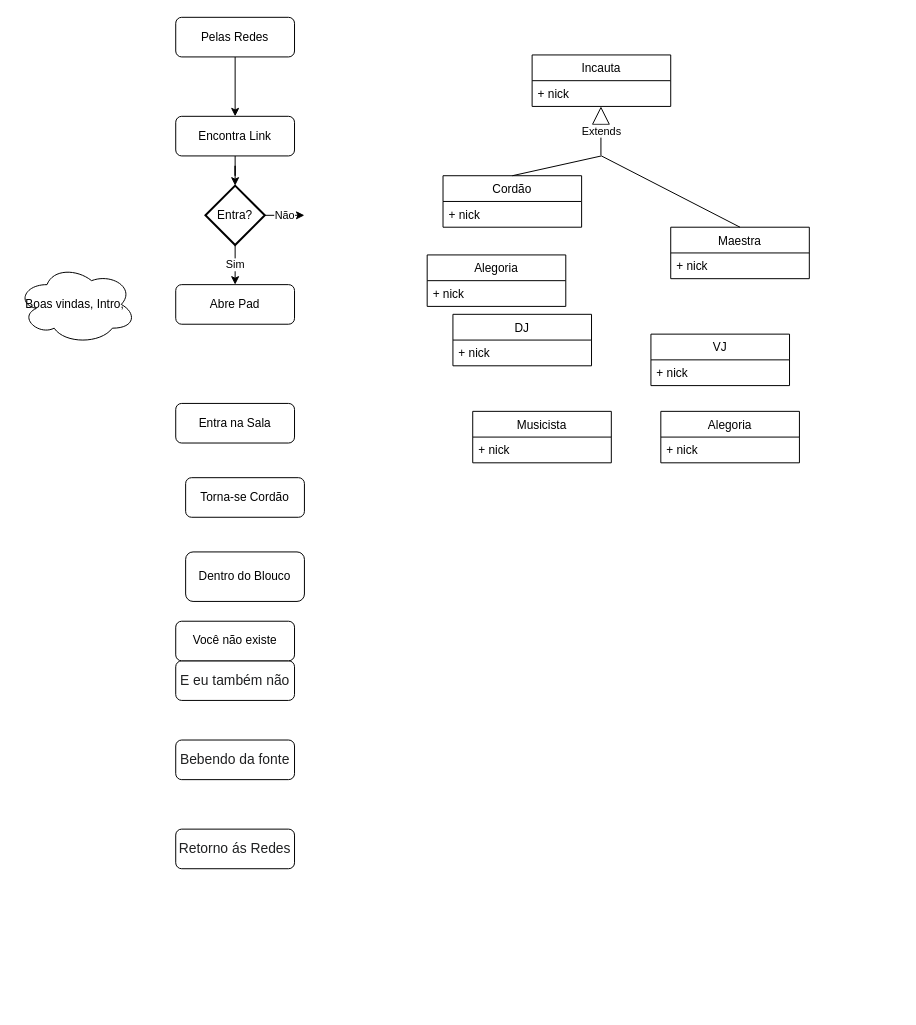
This is blouco.drawio from blouco/openblouco, a draw.io file, before an edit. Source tidied: cells renumbered, new cells numbered last; positions are measured from the earlier drawing's top-left corner, leaving out a move shared by most shapes. Both pictures are drawn from the tidied source at 99%, with x=0, y=0 at pixel (17, 17).
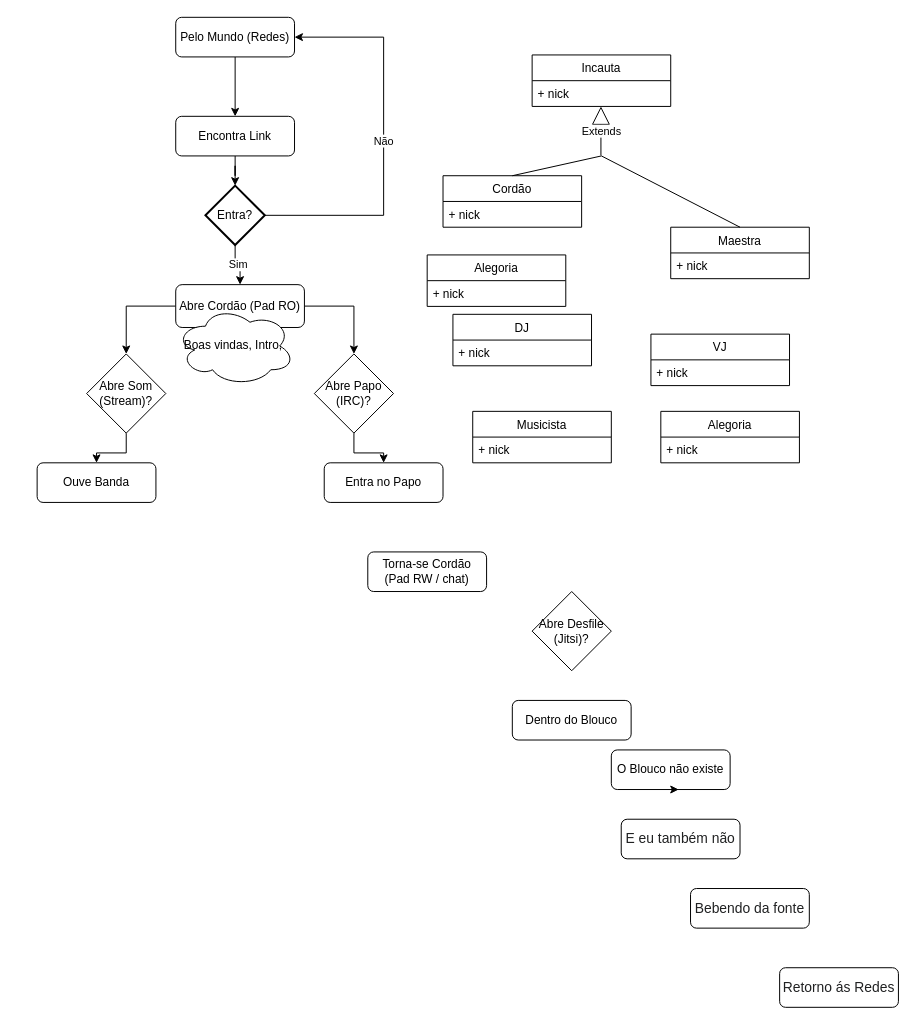
The same page after the edit.

Unchanged cells that the change refers to:
```xml
<mxCell id="35" value="Entra?" style="strokeWidth=2;html=1;shape=mxgraph.flowchart.decision;whiteSpace=wrap;" parent="1" vertex="1">
  <mxGeometry x="190" y="170" width="60" height="60" as="geometry" />
</mxCell>
```

The edit, as a diff of the source:
```diff
@@
-    <mxCell id="3" value="Pelas Redes" style="rounded=1;whiteSpace=wrap;html=1;fontSize=12;glass=0;strokeWidth=1;shadow=0;" parent="1" vertex="1">
+    <mxCell id="3" value="Pelo Mundo (Redes)" style="rounded=1;whiteSpace=wrap;html=1;fontSize=12;glass=0;strokeWidth=1;shadow=0;" parent="1" vertex="1">
       <mxGeometry x="160" width="120" height="40" as="geometry" />
     </mxCell>
-    <mxCell id="4" value="Torna-se Cordão" style="rounded=1;whiteSpace=wrap;html=1;fontSize=12;glass=0;strokeWidth=1;shadow=0;" parent="1" vertex="1">
-      <mxGeometry x="170" y="465" width="120" height="40" as="geometry" />
+    <mxCell id="4" value="Torna-se Cordão (Pad RW / chat)" style="rounded=1;whiteSpace=wrap;html=1;fontSize=12;glass=0;strokeWidth=1;shadow=0;" parent="1" vertex="1">
+      <mxGeometry x="354" y="540" width="120" height="40" as="geometry" />
     </mxCell>
@@
+    <mxCell id="37" style="edgeStyle=orthogonalEdgeStyle;rounded=0;jettySize=auto;html=1;" parent="1" edge="1" source="7" target="42">
+      <mxGeometry relative="1" as="geometry" />
+    </mxCell>
+    <mxCell id="38" style="edgeStyle=orthogonalEdgeStyle;rounded=0;jettySize=auto;html=1;" parent="1" edge="1" source="7" target="40">
+      <mxGeometry relative="1" as="geometry" />
+    </mxCell>
-    <mxCell id="7" value="Abre Pad" style="rounded=1;whiteSpace=wrap;html=1;" parent="1" vertex="1">
-      <mxGeometry x="160" y="270" width="120" height="40" as="geometry" />
+    <mxCell id="7" value="Abre Cordão (Pad RO)" style="rounded=1;whiteSpace=wrap;html=1;" parent="1" vertex="1">
+      <mxGeometry x="160" y="270" width="130" height="43.3" as="geometry" />
     </mxCell>
-    <mxCell id="8" value="Entra na Sala" style="rounded=1;whiteSpace=wrap;html=1;" parent="1" vertex="1">
-      <mxGeometry x="160" y="390" width="120" height="40" as="geometry" />
+    <mxCell id="8" value="Entra no Papo" style="rounded=1;whiteSpace=wrap;html=1;" parent="1" vertex="1">
+      <mxGeometry x="310" y="450" width="120" height="40" as="geometry" />
     </mxCell>
@@
     <mxCell id="28" value="Dentro do Blouco" style="rounded=1;whiteSpace=wrap;html=1;fontSize=12;glass=0;strokeWidth=1;shadow=0;" parent="1" vertex="1">
-      <mxGeometry x="170" y="540" width="120" height="50" as="geometry" />
+      <mxGeometry x="500" y="690" width="120" height="40" as="geometry" />
     </mxCell>
     <mxCell id="29" value="&lt;span style=&quot;color: rgb(32 , 33 , 34) ; font-family: sans-serif ; font-size: 14px ; background-color: rgb(255 , 255 , 255)&quot;&gt;E eu também não&lt;/span&gt;" style="rounded=1;whiteSpace=wrap;html=1;fontSize=12;glass=0;strokeWidth=1;shadow=0;" parent="1" vertex="1">
-      <mxGeometry x="160" y="650" width="120" height="40" as="geometry" />
+      <mxGeometry x="610" y="810" width="120" height="40" as="geometry" />
     </mxCell>
-    <mxCell id="30" value="Você não existe" style="rounded=1;whiteSpace=wrap;html=1;fontSize=12;glass=0;strokeWidth=1;shadow=0;" parent="1" vertex="1">
-      <mxGeometry x="160" y="610" width="120" height="40" as="geometry" />
+    <mxCell id="30" value="O Blouco não existe" style="rounded=1;whiteSpace=wrap;html=1;fontSize=12;glass=0;strokeWidth=1;shadow=0;" parent="1" vertex="1">
+      <mxGeometry x="600" y="740" width="120" height="40" as="geometry" />
     </mxCell>
     <mxCell id="31" value="&lt;span style=&quot;color: rgb(32 , 33 , 34) ; font-family: sans-serif ; font-size: 14px ; background-color: rgb(255 , 255 , 255)&quot;&gt;Bebendo da fonte&lt;/span&gt;" style="rounded=1;whiteSpace=wrap;html=1;fontSize=12;glass=0;strokeWidth=1;shadow=0;" parent="1" vertex="1">
-      <mxGeometry x="160" y="730" width="120" height="40" as="geometry" />
+      <mxGeometry x="680" y="880" width="120" height="40" as="geometry" />
     </mxCell>
     <mxCell id="32" value="&lt;span style=&quot;color: rgb(32 , 33 , 34) ; font-family: sans-serif ; font-size: 14px ; background-color: rgb(255 , 255 , 255)&quot;&gt;Retorno ás Redes&lt;/span&gt;" style="rounded=1;whiteSpace=wrap;html=1;fontSize=12;glass=0;strokeWidth=1;shadow=0;" parent="1" vertex="1">
-      <mxGeometry x="160" y="820" width="120" height="40" as="geometry" />
+      <mxGeometry x="770" y="960" width="120" height="40" as="geometry" />
     </mxCell>
-    <mxCell id="33" value="Não" style="edgeStyle=orthogonalEdgeStyle;rounded=0;jettySize=auto;html=1;exitX=1;exitY=0.5;exitDx=0;exitDy=0;exitPerimeter=0;" parent="1" edge="1" source="35">
+    <mxCell id="33" value="Não" style="edgeStyle=orthogonalEdgeStyle;rounded=0;jettySize=auto;html=1;exitX=1;exitY=0.5;exitDx=0;exitDy=0;exitPerimeter=0;entryX=1;entryY=0.5;entryDx=0;entryDy=0;" parent="1" edge="1" source="35" target="3">
       <mxGeometry relative="1" as="geometry">
-        <mxPoint x="290" y="200" as="targetPoint" />
+        <Array as="points">
+          <mxPoint x="370" y="200" />
+          <mxPoint x="370" y="20" />
+        </Array>
       </mxGeometry>
     </mxCell>
@@
     <mxCell id="36" value="Boas vindas, Intro,&amp;nbsp;" style="ellipse;shape=cloud;whiteSpace=wrap;html=1;" parent="1" vertex="1">
-      <mxGeometry y="250" width="120" height="80" as="geometry" />
+      <mxGeometry x="160" y="292" width="120" height="80" as="geometry" />
     </mxCell>
+    <mxCell id="39" style="edgeStyle=orthogonalEdgeStyle;rounded=0;jettySize=auto;html=1;" parent="1" edge="1" source="40" target="8">
+      <mxGeometry relative="1" as="geometry" />
+    </mxCell>
+    <mxCell id="40" value="Abre Papo (IRC)?" style="rhombus;whiteSpace=wrap;html=1;" parent="1" vertex="1">
+      <mxGeometry x="300" y="340" width="80" height="80" as="geometry" />
+    </mxCell>
+    <mxCell id="41" style="edgeStyle=orthogonalEdgeStyle;rounded=0;jettySize=auto;html=1;entryX=0.5;entryY=0;entryDx=0;entryDy=0;" parent="1" edge="1" source="42" target="43">
+      <mxGeometry relative="1" as="geometry" />
+    </mxCell>
+    <mxCell id="42" value="Abre Som (Stream)?" style="rhombus;whiteSpace=wrap;html=1;" parent="1" vertex="1">
+      <mxGeometry x="70" y="340" width="80" height="80" as="geometry" />
+    </mxCell>
+    <mxCell id="43" value="Ouve Banda" style="rounded=1;whiteSpace=wrap;html=1;" parent="1" vertex="1">
+      <mxGeometry x="20" y="450" width="120" height="40" as="geometry" />
+    </mxCell>
+    <mxCell id="44" value="Abre Desfile (Jitsi)?" style="rhombus;whiteSpace=wrap;html=1;" parent="1" vertex="1">
+      <mxGeometry x="520" y="580" width="80" height="80" as="geometry" />
+    </mxCell>
+    <mxCell id="45" style="edgeStyle=orthogonalEdgeStyle;rounded=0;orthogonalLoop=1;jettySize=auto;html=1;exitX=0.5;exitY=1;exitDx=0;exitDy=0;entryX=0.567;entryY=1;entryDx=0;entryDy=0;entryPerimeter=0;" parent="1" edge="1" source="30" target="30">
+      <mxGeometry relative="1" as="geometry" />
+    </mxCell>
```
